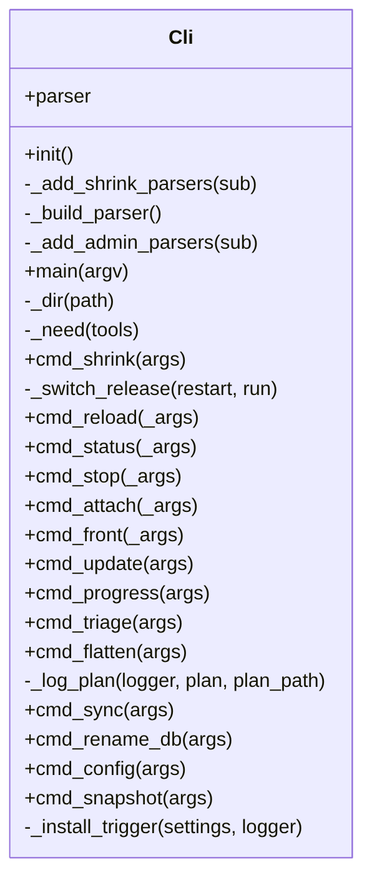
Earlier version of the Mermaid export docs/img/uml_cli.png (peddanet/mediatools). Its source is kept beside it as docs/img/uml_cli.mmd.
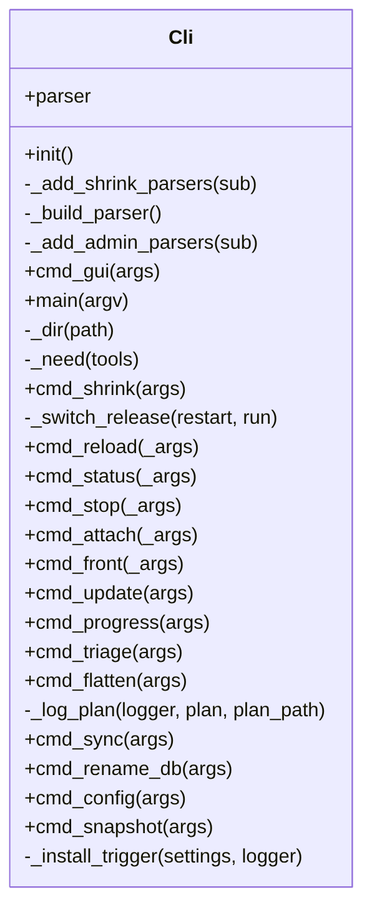
The same diagram one commit later.

Change to the diagram source:
```diff
@@ -6,6 +6,7 @@
     -_add_shrink_parsers(sub)
     -_build_parser()
     -_add_admin_parsers(sub)
+    +cmd_gui(args)
     +main(argv)
     -_dir(path)
     -_need(tools)
```
